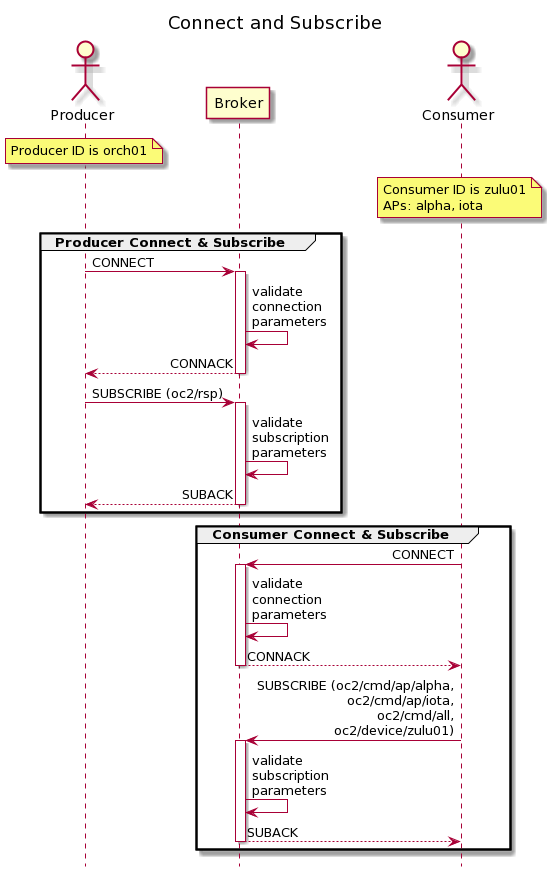
oasis-tcs/openc2-transf-mqtt keeps this PlantUML diagram as images/con_sub.png. Above is the earlier version. Source of this version:
```plantuml
@startuml


Title Connect and Subscribe
hide footbox
skinparam sequenceMessageAlign direction
actor Producer as P
participant Broker as B
actor Consumer as C
note over P: Producer ID is orch01
note over C: Consumer ID is zulu01\nAPs: alpha, iota
group Producer Connect & Subscribe
P -> B : CONNECT
activate B
B -> B : validate\nconnection\nparameters
return CONNACK
P -> B : SUBSCRIBE (oc2/rsp)
activate B
B -> B : validate\nsubscription\nparameters
return SUBACK
end
group Consumer Connect & Subscribe
C -> B : CONNECT
activate B
B -> B : validate\nconnection\nparameters
return CONNACK
C -> B : SUBSCRIBE (oc2/cmd/ap/alpha,\noc2/cmd/ap/iota,\noc2/cmd/all,\noc2/device/zulu01)
activate B
B -> B : validate\nsubscription\nparameters

return SUBACK
end
@enduml
```
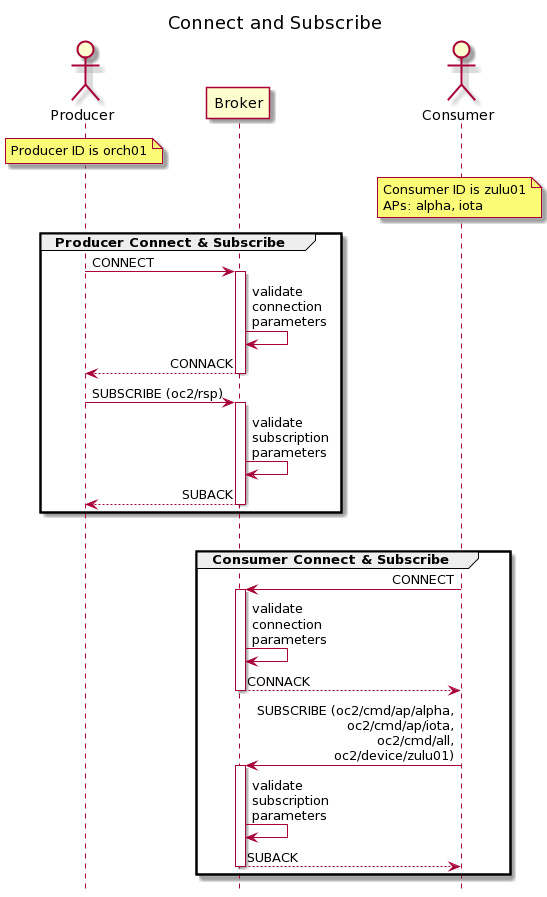
The same diagram one commit later.

Commit message:
Minor tweak to con-sub diagram

The edit, as a diff of the source:
```diff
@@ -19,6 +19,7 @@
 B -> B : validate\nsubscription\nparameters
 return SUBACK
 end
+|||
 group Consumer Connect & Subscribe
 C -> B : CONNECT
 activate B
```
